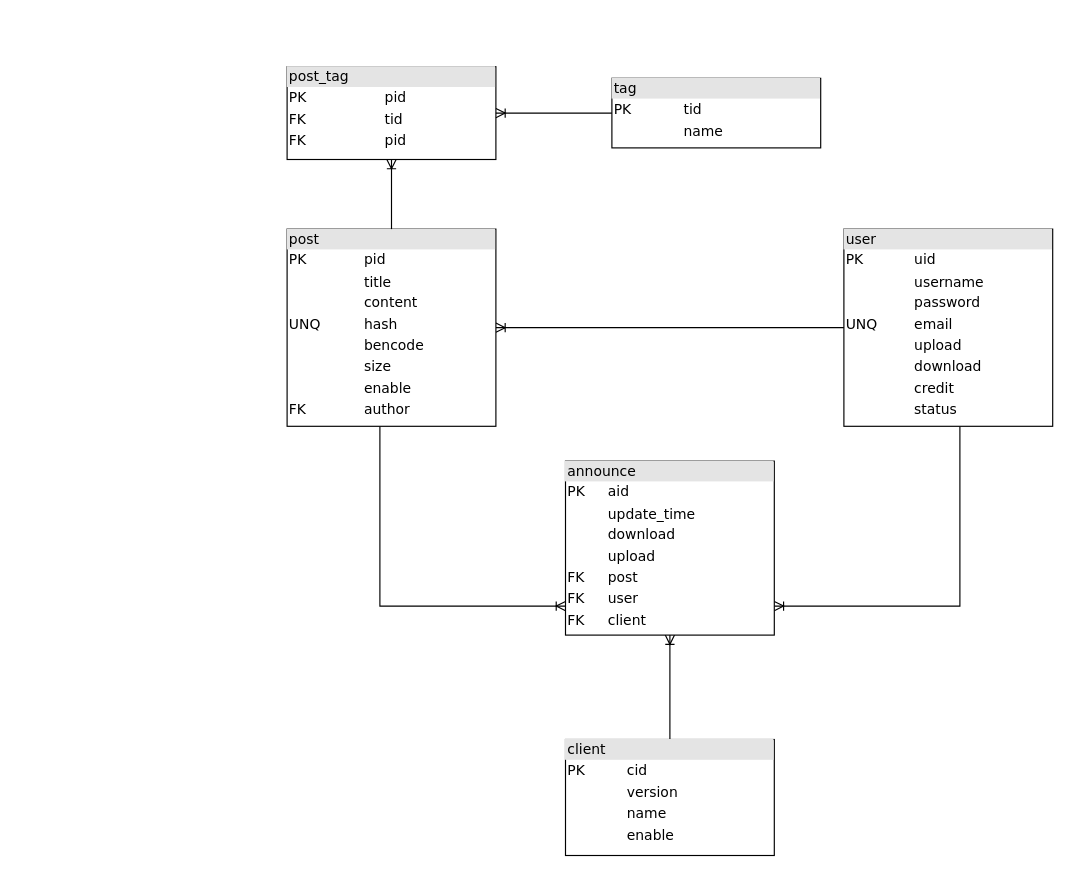
The draw.io diagram configuration/design/er.drawio in Rugal/glavenus, before the edit. Source tidied: cells renumbered, new cells numbered last; positions are measured from the earlier drawing's top-left corner, leaving out a move shared by most shapes. Both pictures are drawn from the tidied source at 116%, with x=0, y=0 at pixel (287, 66).
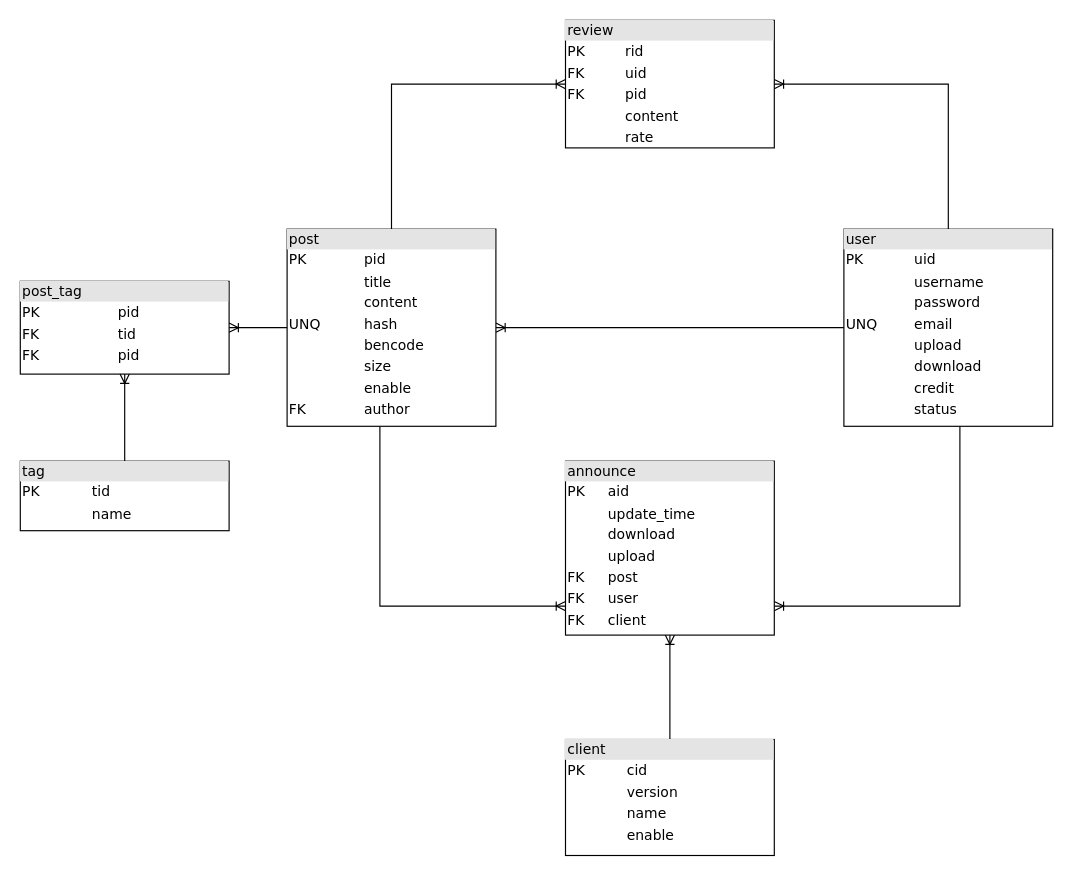
The same page after the edit.

What changed in the source:
```diff
@@
 <mxGraphModel background="#ffffff">
   <root>
     <mxCell id="0" />
     <mxCell id="1" parent="0" />
     <mxCell id="2" style="edgeStyle=orthogonalEdgeStyle;rounded=0;jettySize=auto;html=1;startArrow=none;startFill=0;endArrow=ERoneToMany;endFill=0;" parent="1" edge="1" source="3" target="9">
       <mxGeometry relative="1" as="geometry">
         <Array as="points">
           <mxPoint x="580" y="465" />
         </Array>
       </mxGeometry>
     </mxCell>
     <mxCell id="3" value="&lt;div style=&quot;box-sizing: border-box ; width: 100% ; background: #e4e4e4 ; padding: 2px&quot;&gt;user&lt;/div&gt;&lt;table style=&quot;width: 100% ; font-size: 1em&quot; cellpadding=&quot;2&quot; cellspacing=&quot;0&quot;&gt;&lt;tbody&gt;&lt;tr&gt;&lt;td&gt;PK&lt;/td&gt;&lt;td&gt;uid&lt;/td&gt;&lt;/tr&gt;&lt;tr&gt;&lt;td&gt;&lt;br&gt;&lt;/td&gt;&lt;td&gt;username&lt;/td&gt;&lt;/tr&gt;&lt;tr&gt;&lt;td&gt;&lt;/td&gt;&lt;td&gt;password&lt;/td&gt;&lt;/tr&gt;&lt;tr&gt;&lt;td&gt;UNQ&lt;/td&gt;&lt;td&gt;email&lt;/td&gt;&lt;/tr&gt;&lt;tr&gt;&lt;td&gt;&lt;br&gt;&lt;/td&gt;&lt;td&gt;upload&lt;br&gt;&lt;/td&gt;&lt;/tr&gt;&lt;tr&gt;&lt;td&gt;&lt;br&gt;&lt;/td&gt;&lt;td&gt;download&lt;/td&gt;&lt;/tr&gt;&lt;tr&gt;&lt;td&gt;&lt;br&gt;&lt;/td&gt;&lt;td&gt;credit&lt;/td&gt;&lt;/tr&gt;&lt;tr&gt;&lt;td&gt;&lt;br&gt;&lt;/td&gt;&lt;td&gt;status&lt;br&gt;&lt;/td&gt;&lt;/tr&gt;&lt;tr&gt;&lt;td&gt;&lt;/td&gt;&lt;td&gt;&lt;/td&gt;&lt;/tr&gt;&lt;/tbody&gt;&lt;/table&gt;" style="verticalAlign=top;align=left;overflow=fill;html=1;rounded=0;shadow=0;comic=0;labelBackgroundColor=none;strokeColor=#000000;strokeWidth=1;fillColor=#ffffff;fontFamily=Verdana;fontSize=12;fontColor=#000000;" parent="1" vertex="1">
       <mxGeometry x="480" y="140" width="180" height="170" as="geometry" />
     </mxCell>
     <mxCell id="4" style="edgeStyle=orthogonalEdgeStyle;rounded=0;jettySize=auto;html=1;startArrow=ERoneToMany;startFill=0;endArrow=none;endFill=0;" parent="1" edge="1" source="6" target="3">
       <mxGeometry relative="1" as="geometry" />
     </mxCell>
     <mxCell id="5" style="edgeStyle=orthogonalEdgeStyle;rounded=0;jettySize=auto;html=1;startArrow=none;startFill=0;endArrow=ERoneToMany;endFill=0;" parent="1" edge="1" source="6" target="9">
       <mxGeometry relative="1" as="geometry">
         <Array as="points">
           <mxPoint x="80" y="465" />
         </Array>
       </mxGeometry>
     </mxCell>
     <mxCell id="6" value="&lt;div style=&quot;box-sizing: border-box ; width: 100% ; background: #e4e4e4 ; padding: 2px&quot;&gt;post&lt;/div&gt;&lt;table style=&quot;width: 100% ; font-size: 1em&quot; cellpadding=&quot;2&quot; cellspacing=&quot;0&quot;&gt;&lt;tbody&gt;&lt;tr&gt;&lt;td&gt;PK&lt;/td&gt;&lt;td&gt;pid&lt;/td&gt;&lt;/tr&gt;&lt;tr&gt;&lt;td&gt;&lt;br&gt;&lt;/td&gt;&lt;td&gt;title&lt;/td&gt;&lt;/tr&gt;&lt;tr&gt;&lt;td&gt;&lt;/td&gt;&lt;td&gt;content&lt;/td&gt;&lt;/tr&gt;&lt;tr&gt;&lt;td&gt;UNQ&lt;/td&gt;&lt;td&gt;hash&lt;/td&gt;&lt;/tr&gt;&lt;tr&gt;&lt;td&gt;&lt;br&gt;&lt;/td&gt;&lt;td&gt;bencode&lt;br&gt;&lt;/td&gt;&lt;/tr&gt;&lt;tr&gt;&lt;td&gt;&lt;br&gt;&lt;/td&gt;&lt;td&gt;size&lt;/td&gt;&lt;/tr&gt;&lt;tr&gt;&lt;td&gt;&lt;br&gt;&lt;/td&gt;&lt;td&gt;enable&lt;/td&gt;&lt;/tr&gt;&lt;tr&gt;&lt;td&gt;FK&lt;/td&gt;&lt;td&gt;author&lt;/td&gt;&lt;/tr&gt;&lt;tr&gt;&lt;td&gt;&lt;/td&gt;&lt;td&gt;&lt;/td&gt;&lt;/tr&gt;&lt;/tbody&gt;&lt;/table&gt;" style="verticalAlign=top;align=left;overflow=fill;html=1;rounded=0;shadow=0;comic=0;labelBackgroundColor=none;strokeColor=#000000;strokeWidth=1;fillColor=#ffffff;fontFamily=Verdana;fontSize=12;fontColor=#000000;" parent="1" vertex="1">
       <mxGeometry y="140" width="180" height="170" as="geometry" />
     </mxCell>
     <mxCell id="7" style="edgeStyle=orthogonalEdgeStyle;rounded=0;jettySize=auto;html=1;startArrow=none;startFill=0;endArrow=ERoneToMany;endFill=0;" parent="1" edge="1" source="8" target="9">
       <mxGeometry relative="1" as="geometry" />
     </mxCell>
     <mxCell id="8" value="&lt;div style=&quot;box-sizing: border-box ; width: 100% ; background: #e4e4e4 ; padding: 2px&quot;&gt;client&lt;/div&gt;&lt;table style=&quot;width: 100% ; font-size: 1em&quot; cellpadding=&quot;2&quot; cellspacing=&quot;0&quot;&gt;&lt;tbody&gt;&lt;tr&gt;&lt;td&gt;PK&lt;/td&gt;&lt;td&gt;cid&lt;/td&gt;&lt;/tr&gt;&lt;tr&gt;&lt;td&gt;&lt;br&gt;&lt;/td&gt;&lt;td&gt;version&lt;/td&gt;&lt;/tr&gt;&lt;tr&gt;&lt;td&gt;&lt;/td&gt;&lt;td&gt;name&lt;/td&gt;&lt;/tr&gt;&lt;tr&gt;&lt;td&gt;&lt;br&gt;&lt;/td&gt;&lt;td&gt;enable&lt;/td&gt;&lt;/tr&gt;&lt;tr&gt;&lt;td&gt;&lt;br&gt;&lt;/td&gt;&lt;td&gt;&lt;br&gt;&lt;/td&gt;&lt;/tr&gt;&lt;tr&gt;&lt;td&gt;&lt;/td&gt;&lt;td&gt;&lt;/td&gt;&lt;/tr&gt;&lt;tr&gt;&lt;td&gt;&lt;/td&gt;&lt;td&gt;&lt;/td&gt;&lt;/tr&gt;&lt;/tbody&gt;&lt;/table&gt;" style="verticalAlign=top;align=left;overflow=fill;html=1;rounded=0;shadow=0;comic=0;labelBackgroundColor=none;strokeColor=#000000;strokeWidth=1;fillColor=#ffffff;fontFamily=Verdana;fontSize=12;fontColor=#000000;" parent="1" vertex="1">
       <mxGeometry x="240" y="580" width="180" height="100" as="geometry" />
     </mxCell>
     <mxCell id="9" value="&lt;div style=&quot;box-sizing: border-box ; width: 100% ; background: #e4e4e4 ; padding: 2px&quot;&gt;announce&lt;/div&gt;&lt;table style=&quot;width: 100% ; font-size: 1em&quot; cellpadding=&quot;2&quot; cellspacing=&quot;0&quot;&gt;&lt;tbody&gt;&lt;tr&gt;&lt;td&gt;PK&lt;/td&gt;&lt;td&gt;aid&lt;/td&gt;&lt;/tr&gt;&lt;tr&gt;&lt;td&gt;&lt;br&gt;&lt;/td&gt;&lt;td&gt;update_time&lt;br&gt;&lt;/td&gt;&lt;/tr&gt;&lt;tr&gt;&lt;td&gt;&lt;/td&gt;&lt;td&gt;download&lt;/td&gt;&lt;/tr&gt;&lt;tr&gt;&lt;td&gt;&lt;br&gt;&lt;/td&gt;&lt;td&gt;upload&lt;/td&gt;&lt;/tr&gt;&lt;tr&gt;&lt;td&gt;FK&lt;/td&gt;&lt;td&gt;post&lt;/td&gt;&lt;/tr&gt;&lt;tr&gt;&lt;td&gt;FK&lt;/td&gt;&lt;td&gt;user&lt;/td&gt;&lt;/tr&gt;&lt;tr&gt;&lt;td&gt;FK&lt;/td&gt;&lt;td&gt;client&lt;/td&gt;&lt;/tr&gt;&lt;tr&gt;&lt;td&gt;&lt;br&gt;&lt;/td&gt;&lt;td&gt;&lt;br&gt;&lt;/td&gt;&lt;/tr&gt;&lt;tr&gt;&lt;td&gt;&lt;/td&gt;&lt;td&gt;&lt;/td&gt;&lt;/tr&gt;&lt;/tbody&gt;&lt;/table&gt;" style="verticalAlign=top;align=left;overflow=fill;html=1;rounded=0;shadow=0;comic=0;labelBackgroundColor=none;strokeColor=#000000;strokeWidth=1;fillColor=#ffffff;fontFamily=Verdana;fontSize=12;fontColor=#000000;" parent="1" vertex="1">
       <mxGeometry x="240" y="340" width="180" height="150" as="geometry" />
     </mxCell>
     <mxCell id="10" value="&lt;div style=&quot;box-sizing: border-box ; width: 100% ; background: #e4e4e4 ; padding: 2px&quot;&gt;tag&lt;/div&gt;&lt;table style=&quot;width: 100% ; font-size: 1em&quot; cellpadding=&quot;2&quot; cellspacing=&quot;0&quot;&gt;&lt;tbody&gt;&lt;tr&gt;&lt;td&gt;PK&lt;/td&gt;&lt;td&gt;tid&lt;/td&gt;&lt;/tr&gt;&lt;tr&gt;&lt;td&gt;&lt;br&gt;&lt;/td&gt;&lt;td&gt;name&lt;/td&gt;&lt;/tr&gt;&lt;tr&gt;&lt;td&gt;&lt;br&gt;&lt;/td&gt;&lt;td&gt;&lt;/td&gt;&lt;/tr&gt;&lt;tr&gt;&lt;td&gt;&lt;/td&gt;&lt;td&gt;&lt;/td&gt;&lt;/tr&gt;&lt;/tbody&gt;&lt;/table&gt;" style="verticalAlign=top;align=left;overflow=fill;html=1;rounded=0;shadow=0;comic=0;labelBackgroundColor=none;strokeColor=#000000;strokeWidth=1;fillColor=#ffffff;fontFamily=Verdana;fontSize=12;fontColor=#000000;" parent="1" vertex="1">
-      <mxGeometry x="280" y="10" width="180" height="60" as="geometry" />
+      <mxGeometry x="-230" y="340" width="180" height="60" as="geometry" />
     </mxCell>
     <mxCell id="11" value="&lt;div style=&quot;box-sizing: border-box ; width: 100% ; background: #e4e4e4 ; padding: 2px&quot;&gt;post_tag&lt;/div&gt;&lt;table style=&quot;width: 100% ; font-size: 1em&quot; cellpadding=&quot;2&quot; cellspacing=&quot;0&quot;&gt;&lt;tbody&gt;&lt;tr&gt;&lt;td&gt;PK&lt;/td&gt;&lt;td&gt;pid&lt;/td&gt;&lt;/tr&gt;&lt;tr&gt;&lt;td&gt;FK&lt;/td&gt;&lt;td&gt;tid&lt;/td&gt;&lt;/tr&gt;&lt;tr&gt;&lt;td&gt;FK&lt;/td&gt;&lt;td&gt;pid&lt;/td&gt;&lt;/tr&gt;&lt;tr&gt;&lt;td&gt;&lt;br&gt;&lt;/td&gt;&lt;td&gt;&lt;br&gt;&lt;/td&gt;&lt;/tr&gt;&lt;tr&gt;&lt;td&gt;&lt;/td&gt;&lt;td&gt;&lt;/td&gt;&lt;/tr&gt;&lt;/tbody&gt;&lt;/table&gt;" style="verticalAlign=top;align=left;overflow=fill;html=1;rounded=0;shadow=0;comic=0;labelBackgroundColor=none;strokeColor=#000000;strokeWidth=1;fillColor=#ffffff;fontFamily=Verdana;fontSize=12;fontColor=#000000;" parent="1" vertex="1">
-      <mxGeometry width="180" height="80" as="geometry" />
+      <mxGeometry x="-230" y="185" width="180" height="80" as="geometry" />
     </mxCell>
-    <mxCell id="12" style="edgeStyle=orthogonalEdgeStyle;rounded=0;jettySize=auto;html=1;startArrow=none;startFill=0;endArrow=ERoneToMany;endFill=0;entryX=1;entryY=0.5;entryDx=0;entryDy=0;" parent="1" edge="1" source="10" target="11">
+    <mxCell id="12" style="edgeStyle=orthogonalEdgeStyle;rounded=0;jettySize=auto;html=1;startArrow=none;startFill=0;endArrow=ERoneToMany;endFill=0;" parent="1" edge="1" source="10" target="11">
       <mxGeometry relative="1" as="geometry" />
     </mxCell>
     <mxCell id="13" style="edgeStyle=orthogonalEdgeStyle;rounded=0;jettySize=auto;html=1;startArrow=none;startFill=0;endArrow=ERoneToMany;endFill=0;" parent="1" edge="1" source="6" target="11">
       <mxGeometry relative="1" as="geometry" />
     </mxCell>
+    <mxCell id="14" value="&lt;div style=&quot;box-sizing: border-box ; width: 100% ; background: #e4e4e4 ; padding: 2px&quot;&gt;review&lt;/div&gt;&lt;table style=&quot;width: 100% ; font-size: 1em&quot; cellpadding=&quot;2&quot; cellspacing=&quot;0&quot;&gt;&lt;tbody&gt;&lt;tr&gt;&lt;td&gt;PK&lt;/td&gt;&lt;td&gt;rid&lt;/td&gt;&lt;/tr&gt;&lt;tr&gt;&lt;td&gt;FK&lt;/td&gt;&lt;td&gt;uid&lt;/td&gt;&lt;/tr&gt;&lt;tr&gt;&lt;td&gt;FK&lt;/td&gt;&lt;td&gt;pid&lt;/td&gt;&lt;/tr&gt;&lt;tr&gt;&lt;td&gt;&lt;br&gt;&lt;/td&gt;&lt;td&gt;content&lt;/td&gt;&lt;/tr&gt;&lt;tr&gt;&lt;td&gt;&lt;br&gt;&lt;/td&gt;&lt;td&gt;rate&lt;br&gt;&lt;/td&gt;&lt;/tr&gt;&lt;tr&gt;&lt;td&gt;&lt;br&gt;&lt;/td&gt;&lt;td&gt;&lt;/td&gt;&lt;/tr&gt;&lt;tr&gt;&lt;td&gt;&lt;/td&gt;&lt;td&gt;&lt;/td&gt;&lt;/tr&gt;&lt;/tbody&gt;&lt;/table&gt;" style="verticalAlign=top;align=left;overflow=fill;html=1;rounded=0;shadow=0;comic=0;labelBackgroundColor=none;strokeColor=#000000;strokeWidth=1;fillColor=#ffffff;fontFamily=Verdana;fontSize=12;fontColor=#000000;" parent="1" vertex="1">
+      <mxGeometry x="240" y="-40" width="180" height="110" as="geometry" />
+    </mxCell>
+    <mxCell id="15" style="edgeStyle=orthogonalEdgeStyle;rounded=0;jettySize=auto;html=1;startArrow=ERoneToMany;startFill=0;endArrow=none;endFill=0;" parent="1" edge="1" source="14" target="3">
+      <mxGeometry relative="1" as="geometry" />
+    </mxCell>
+    <mxCell id="16" style="edgeStyle=orthogonalEdgeStyle;rounded=0;jettySize=auto;html=1;startArrow=ERoneToMany;startFill=0;endArrow=none;endFill=0;" parent="1" edge="1" source="14" target="6">
+      <mxGeometry relative="1" as="geometry" />
+    </mxCell>
   </root>
 </mxGraphModel>
```
